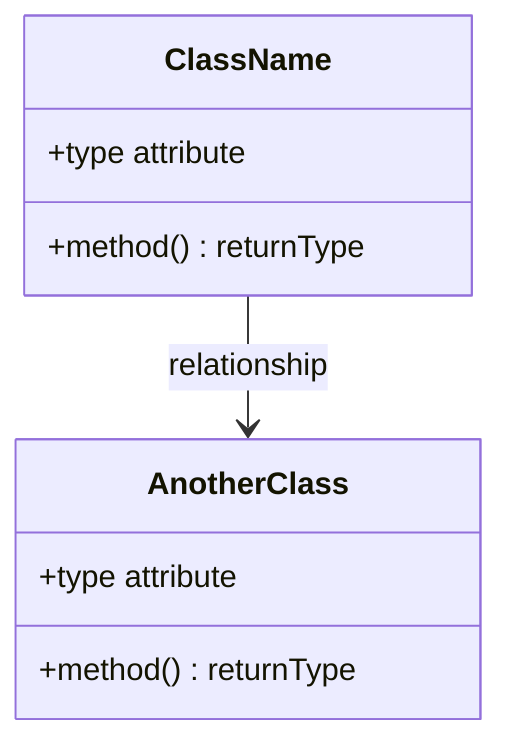
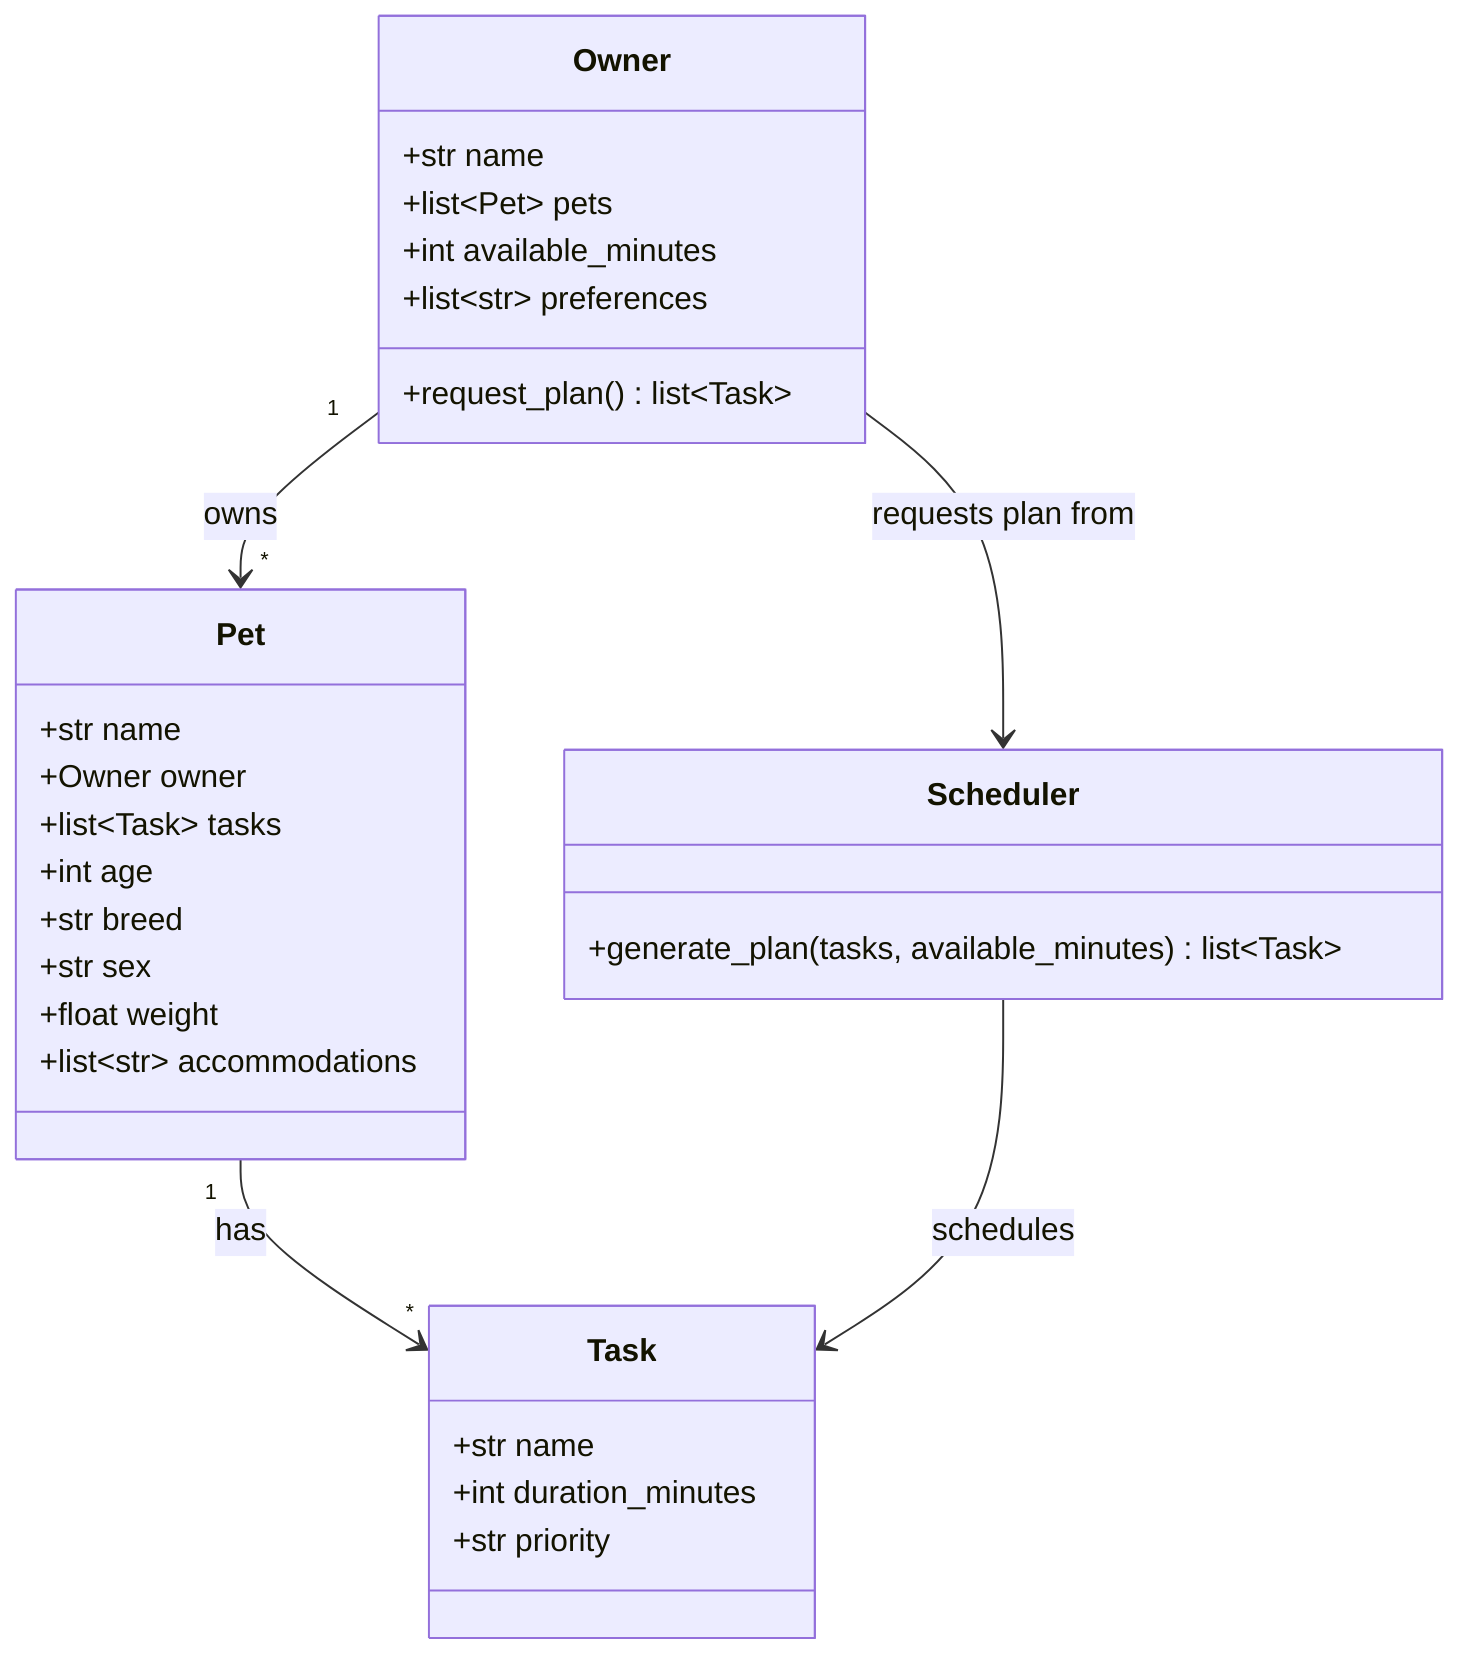
classDiagram
-     %% Replace the placeholders below with your actual classes, attributes, methods, and relationships.
-     %% Keep this file updated so it matches your final implementation.
+     %% PawPal+ initial design — keep this updated as your implementation evolves.

-     class ClassName {
-         +type attribute
-         +method() returnType
+     class Owner {
+         +str name
+         +list~Pet~ pets
+         +int available_minutes
+         +list~str~ preferences
+         +request_plan() list~Task~
    }

-     class AnotherClass {
-         +type attribute
-         +method() returnType
+     class Pet {
+         +str name
+         +Owner owner
+         +list~Task~ tasks
+         +int age
+         +str breed
+         +str sex
+         +float weight
+         +list~str~ accommodations
    }

-     ClassName --> AnotherClass : relationship
+     class Scheduler {
+         +generate_plan(tasks, available_minutes) list~Task~
+     }
+ 
+     class Task {
+         +str name
+         +int duration_minutes
+         +str priority
+     }
+ 
+     Owner "1" --> "*" Pet : owns
+     Pet "1" --> "*" Task : has
+     Owner --> Scheduler : requests plan from
+     Scheduler --> Task : schedules
